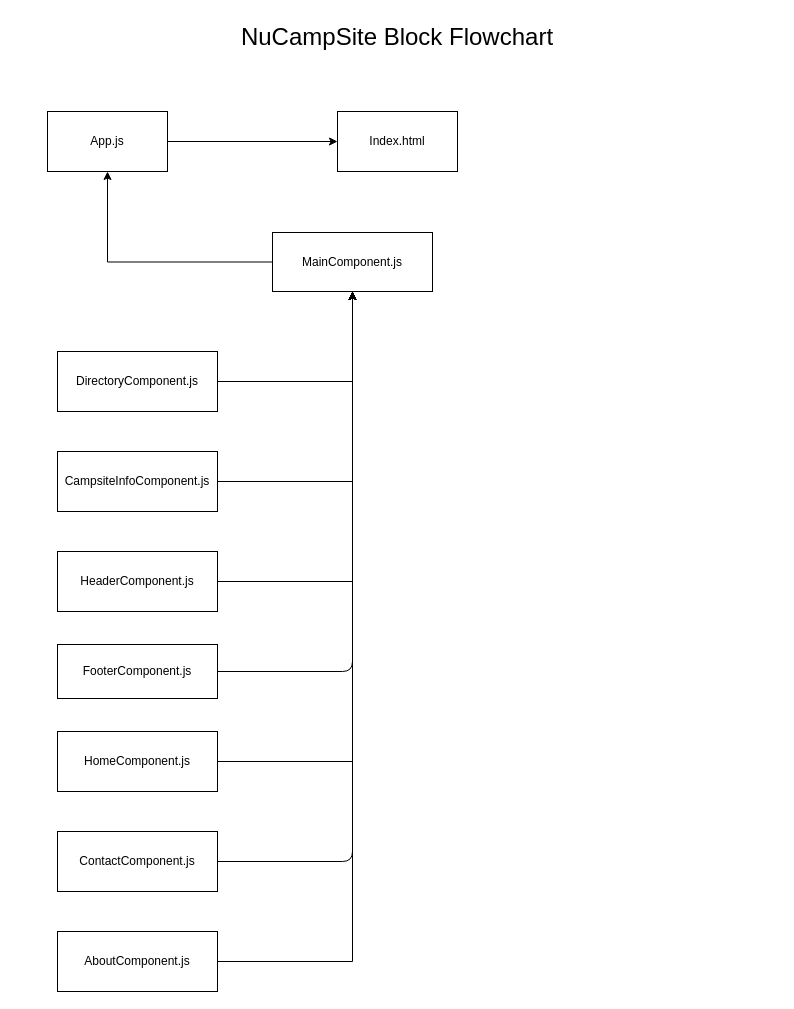
Earlier version of the draw.io diagram page "Block Flowchart" (1 of 4) of src/Documentation/FlowChart.drawio (dquickenden/nucampsite). Source tidied: cells renumbered, new cells numbered last; positions are measured from the earlier drawing's top-left corner, leaving out a move shared by most shapes. Both pictures are drawn from the tidied source at 100%, with x=0, y=0 at pixel (17, 17).
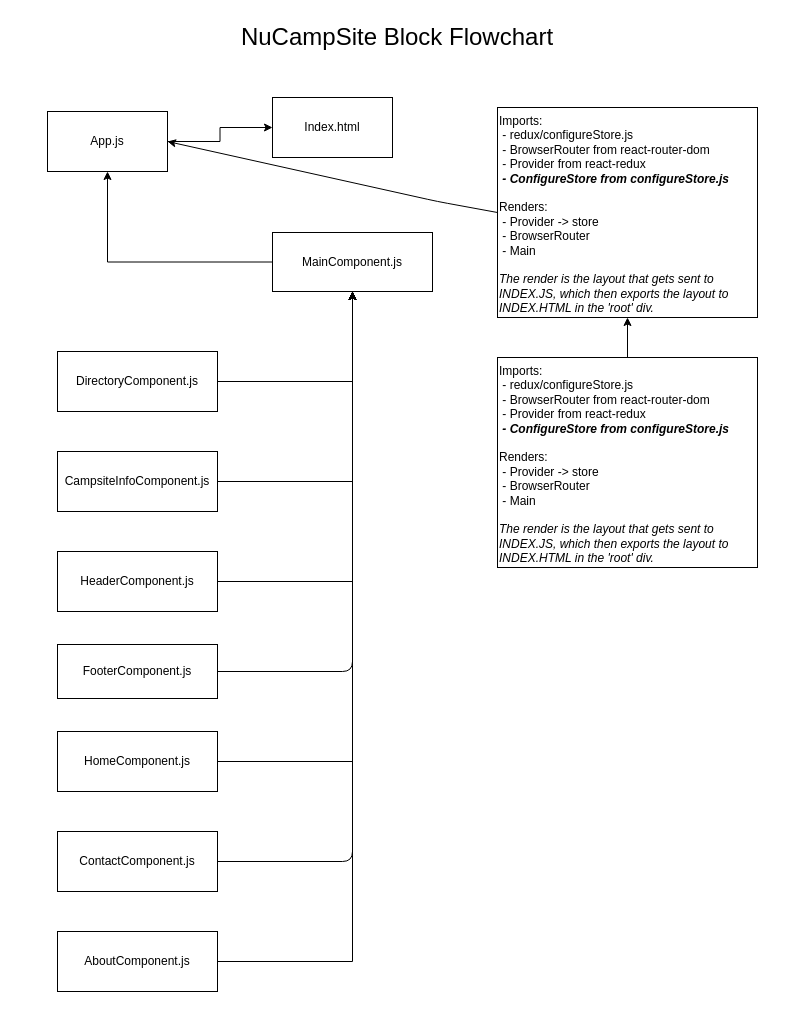
The same diagram, later.

Unchanged cells that the change refers to:
```xml
<mxCell id="6" value="App.js" style="rounded=0;whiteSpace=wrap;html=1;" parent="1" vertex="1">
  <mxGeometry x="30" y="94" width="120" height="60" as="geometry" />
</mxCell>
```

Change to the diagram source:
```diff
@@
     <mxCell id="4" value="Index.html" style="rounded=0;whiteSpace=wrap;html=1;" parent="1" vertex="1">
-      <mxGeometry x="320" y="94" width="120" height="60" as="geometry" />
+      <mxGeometry x="255" y="80" width="120" height="60" as="geometry" />
     </mxCell>
@@
+    <mxCell id="22" value="Imports:&amp;nbsp;&lt;br&gt;&amp;nbsp;- redux/configureStore.js&lt;br&gt;&amp;nbsp;- BrowserRouter from react-router-dom&lt;br&gt;&amp;nbsp;- Provider from react-redux&lt;br&gt;&lt;b&gt;&lt;i&gt;&amp;nbsp;- ConfigureStore from configureStore.js&lt;/i&gt;&lt;/b&gt;&lt;br&gt;&amp;nbsp;&lt;br&gt;Renders:&lt;br&gt;&amp;nbsp;- Provider -&amp;gt; store&lt;br&gt;&amp;nbsp;- BrowserRouter&lt;br&gt;&amp;nbsp;- Main&lt;br&gt;&lt;br&gt;&lt;i&gt;The render is the layout that gets sent to INDEX.JS, which then exports the layout to INDEX.HTML in the 'root' div.&lt;/i&gt;" style="rounded=0;whiteSpace=wrap;html=1;align=left;fontFamily=Helvetica;horizontal=1;verticalAlign=top;" parent="1" vertex="1">
+      <mxGeometry x="480" y="90" width="260" height="210" as="geometry" />
+    </mxCell>
+    <mxCell id="23" style="endArrow=classic;html=1;exitX=0;exitY=0.5;exitDx=0;exitDy=0;entryX=1;entryY=0.5;entryDx=0;entryDy=0;" parent="1" edge="1" source="22" target="6">
+      <mxGeometry relative="1" as="geometry">
+        <Array as="points">
+          <mxPoint x="420" y="184" />
+        </Array>
+      </mxGeometry>
+    </mxCell>
+    <mxCell id="24" style="edgeStyle=orthogonalEdgeStyle;rounded=0;jettySize=auto;html=1;fontFamily=Helvetica;" parent="1" edge="1" source="25" target="22">
+      <mxGeometry relative="1" as="geometry" />
+    </mxCell>
+    <mxCell id="25" value="Imports:&amp;nbsp;&lt;br&gt;&amp;nbsp;- redux/configureStore.js&lt;br&gt;&amp;nbsp;- BrowserRouter from react-router-dom&lt;br&gt;&amp;nbsp;- Provider from react-redux&lt;br&gt;&lt;b&gt;&lt;i&gt;&amp;nbsp;- ConfigureStore from configureStore.js&lt;/i&gt;&lt;/b&gt;&lt;br&gt;&amp;nbsp;&lt;br&gt;Renders:&lt;br&gt;&amp;nbsp;- Provider -&amp;gt; store&lt;br&gt;&amp;nbsp;- BrowserRouter&lt;br&gt;&amp;nbsp;- Main&lt;br&gt;&lt;br&gt;&lt;i&gt;The render is the layout that gets sent to INDEX.JS, which then exports the layout to INDEX.HTML in the 'root' div.&lt;/i&gt;" style="rounded=0;whiteSpace=wrap;html=1;align=left;fontFamily=Helvetica;horizontal=1;verticalAlign=top;" parent="1" vertex="1">
+      <mxGeometry x="480" y="340" width="260" height="210" as="geometry" />
+    </mxCell>
```
